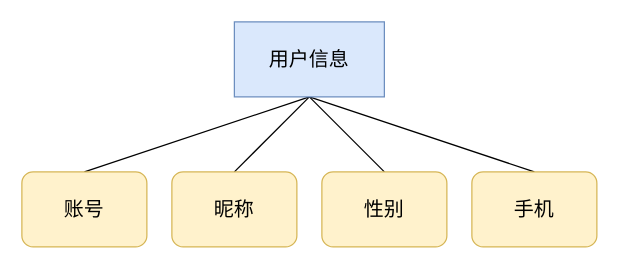
The draw.io diagram 用户er.drawio in dongtianshuo/dongtianshuo1, before the edit. Source tidied: cells renumbered, new cells numbered last; positions are measured from the earlier drawing's top-left corner, leaving out a move shared by most shapes. Both pictures are drawn from the tidied source at 125%, with x=0, y=0 at pixel (21, 21).
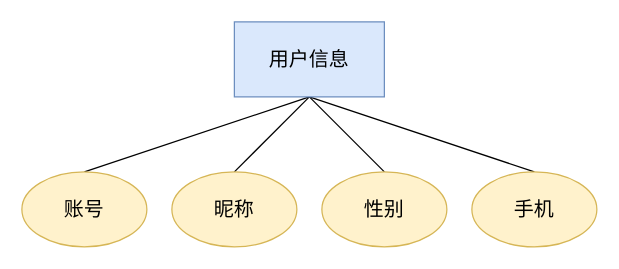
After the change.

The edit, as a diff of the source:
```diff
@@
 <mxGraphModel>
   <root>
     <mxCell id="0" />
     <mxCell id="1" parent="0" />
-    <mxCell id="2" style="rounded=0;jettySize=auto;html=1;exitX=0.5;exitY=1;exitDx=0;exitDy=0;entryX=0.5;entryY=0;entryDx=0;entryDy=0;endArrow=none;startFill=0;" parent="1" edge="1" source="6" target="7">
-      <mxGeometry relative="1" as="geometry" />
+    <mxCell id="2" style="rounded=0;jettySize=auto;html=1;exitX=0.5;exitY=1;exitDx=0;exitDy=0;entryX=0.5;entryY=0;entryDx=0;entryDy=0;endArrow=none;startFill=0;" parent="1" edge="1" source="6">
+      <mxGeometry relative="1" as="geometry">
+        <mxPoint x="50" y="120" as="targetPoint" />
+      </mxGeometry>
     </mxCell>
-    <mxCell id="3" style="rounded=0;jettySize=auto;html=1;exitX=0.5;exitY=1;exitDx=0;exitDy=0;entryX=0.5;entryY=0;entryDx=0;entryDy=0;endArrow=none;startFill=0;" parent="1" edge="1" source="6" target="8">
-      <mxGeometry relative="1" as="geometry" />
+    <mxCell id="3" style="rounded=0;jettySize=auto;html=1;exitX=0.5;exitY=1;exitDx=0;exitDy=0;entryX=0.5;entryY=0;entryDx=0;entryDy=0;endArrow=none;startFill=0;" parent="1" edge="1" source="6">
+      <mxGeometry relative="1" as="geometry">
+        <mxPoint x="170" y="120" as="targetPoint" />
+      </mxGeometry>
     </mxCell>
-    <mxCell id="4" style="rounded=0;jettySize=auto;html=1;exitX=0.5;exitY=1;exitDx=0;exitDy=0;entryX=0.5;entryY=0;entryDx=0;entryDy=0;endArrow=none;startFill=0;" parent="1" edge="1" source="6" target="9">
-      <mxGeometry relative="1" as="geometry" />
+    <mxCell id="4" style="rounded=0;jettySize=auto;html=1;exitX=0.5;exitY=1;exitDx=0;exitDy=0;entryX=0.5;entryY=0;entryDx=0;entryDy=0;endArrow=none;startFill=0;" parent="1" edge="1" source="6">
+      <mxGeometry relative="1" as="geometry">
+        <mxPoint x="290" y="120" as="targetPoint" />
+      </mxGeometry>
     </mxCell>
-    <mxCell id="5" style="rounded=0;jettySize=auto;html=1;exitX=0.5;exitY=1;exitDx=0;exitDy=0;entryX=0.5;entryY=0;entryDx=0;entryDy=0;endArrow=none;startFill=0;" parent="1" edge="1" source="6" target="10">
-      <mxGeometry relative="1" as="geometry" />
+    <mxCell id="5" style="rounded=0;jettySize=auto;html=1;exitX=0.5;exitY=1;exitDx=0;exitDy=0;entryX=0.5;entryY=0;entryDx=0;entryDy=0;endArrow=none;startFill=0;" parent="1" edge="1" source="6">
+      <mxGeometry relative="1" as="geometry">
+        <mxPoint x="410" y="120" as="targetPoint" />
+      </mxGeometry>
     </mxCell>
     <mxCell id="6" value="用户信息" style="rounded=0;whiteSpace=wrap;html=1;fontFamily=Times New Roman;fontSize=16;fillColor=#dae8fc;strokeColor=#6c8ebf;" parent="1" vertex="1">
       <mxGeometry x="170" width="120" height="60" as="geometry" />
     </mxCell>
-    <mxCell id="7" value="账号" style="rounded=1;whiteSpace=wrap;html=1;fontFamily=Times New Roman;fontSize=16;fillColor=#fff2cc;strokeColor=#d6b656;" parent="1" vertex="1">
+    <mxCell id="7" value="&lt;span style=&quot;font-family: &amp;quot;Times New Roman&amp;quot;; font-size: 16px;&quot;&gt;账号&lt;/span&gt;" style="ellipse;whiteSpace=wrap;html=1;fillColor=#fff2cc;strokeColor=#d6b656;" parent="1" vertex="1">
       <mxGeometry y="120" width="100" height="60" as="geometry" />
     </mxCell>
-    <mxCell id="8" value="昵称" style="rounded=1;whiteSpace=wrap;html=1;fontFamily=Times New Roman;fontSize=16;fillColor=#fff2cc;strokeColor=#d6b656;" parent="1" vertex="1">
+    <mxCell id="8" value="&lt;span style=&quot;font-family: &amp;quot;Times New Roman&amp;quot;; font-size: 16px;&quot;&gt;昵称&lt;/span&gt;" style="ellipse;whiteSpace=wrap;html=1;fillColor=#fff2cc;strokeColor=#d6b656;" parent="1" vertex="1">
       <mxGeometry x="120" y="120" width="100" height="60" as="geometry" />
     </mxCell>
-    <mxCell id="9" value="性别" style="rounded=1;whiteSpace=wrap;html=1;fontFamily=Times New Roman;fontSize=16;fillColor=#fff2cc;strokeColor=#d6b656;" parent="1" vertex="1">
+    <mxCell id="9" value="&lt;span style=&quot;font-family: &amp;quot;Times New Roman&amp;quot;; font-size: 16px;&quot;&gt;性别&lt;/span&gt;" style="ellipse;whiteSpace=wrap;html=1;fillColor=#fff2cc;strokeColor=#d6b656;" parent="1" vertex="1">
       <mxGeometry x="240" y="120" width="100" height="60" as="geometry" />
     </mxCell>
-    <mxCell id="10" value="手机" style="rounded=1;whiteSpace=wrap;html=1;fontFamily=Times New Roman;fontSize=16;fillColor=#fff2cc;strokeColor=#d6b656;" parent="1" vertex="1">
+    <mxCell id="10" value="&lt;span style=&quot;font-family: &amp;quot;Times New Roman&amp;quot;; font-size: 16px;&quot;&gt;手机&lt;/span&gt;" style="ellipse;whiteSpace=wrap;html=1;fillColor=#fff2cc;strokeColor=#d6b656;" parent="1" vertex="1">
       <mxGeometry x="360" y="120" width="100" height="60" as="geometry" />
     </mxCell>
   </root>
 </mxGraphModel>
```
